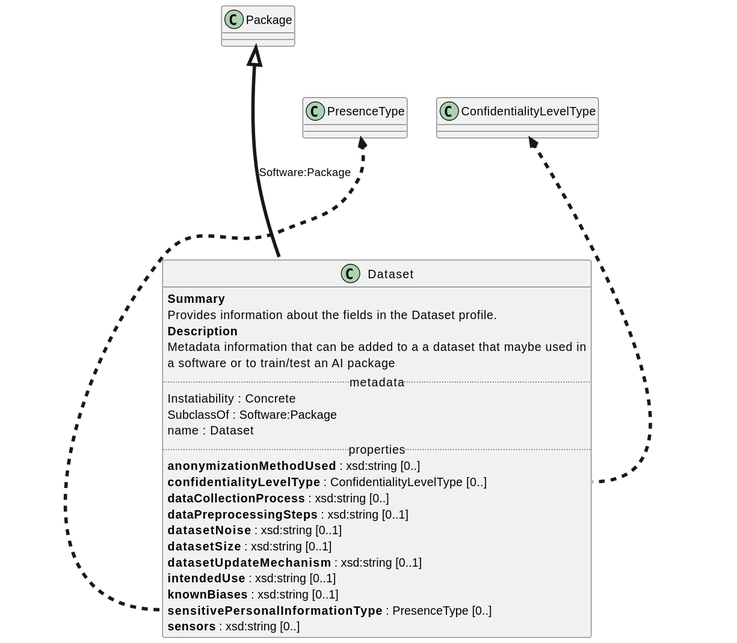
This is Dataset.Profile.svg from maxhbr/spec-parser.hs, a PlantUML export, as it was before one commit. The source it was exported from:
```plantuml
@startuml
skinparam packageStyle rectangle
set separator none
together {
class Dataset {
<b>Summary</b>
Provides information about the fields in the Dataset profile.
<b>Description</b>
Metadata information that can be added to a a dataset that maybe used in
a software or to train/test an AI package
.. metadata ..
    Instatiability : Concrete
    SubclassOf : Software:Package
    name : Dataset
.. properties ..
    <b>anonymizationMethodUsed </b>: xsd:string [0..]
    <b>confidentialityLevelType </b>: ConfidentialityLevelType [0..]
    <b>dataCollectionProcess </b>: xsd:string [0..]
    <b>dataPreprocessingSteps </b>: xsd:string [0..1]
    <b>datasetNoise </b>: xsd:string [0..1]
    <b>datasetSize </b>: xsd:string [0..1]
    <b>datasetUpdateMechanism </b>: xsd:string [0..1]
    <b>intendedUse </b>: xsd:string [0..1]
    <b>knownBiases </b>: xsd:string [0..1]
    <b>sensitivePersonalInformationType </b>: PresenceType [0..]
    <b>sensors </b>: xsd:string [0..]
}
"ConfidentialityLevelType" <-[dashed,thickness=4]-- "Dataset::confidentialityLevelType"
"PresenceType" <-[dashed,thickness=4]-- "Dataset::sensitivePersonalInformationType"
}
"Package" <|-[thickness=4]--- "Dataset" : Software:Package
@enduml
```
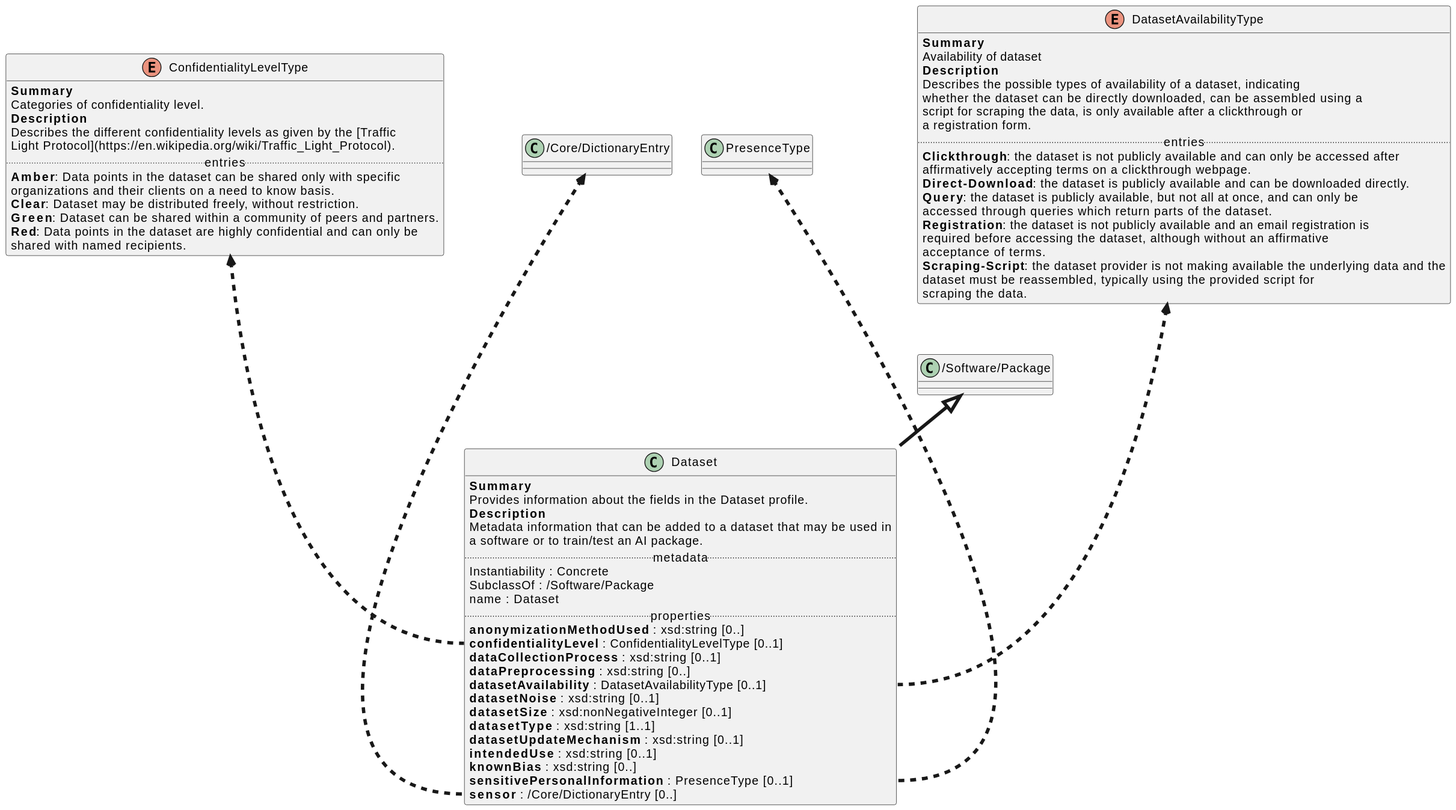
After the change.

What changed in the source:
```diff
@@ -1,32 +1,71 @@
 @startuml
 skinparam packageStyle rectangle
 set separator none
+enum ConfidentialityLevelType {
+<b>Summary</b>
+Categories of confidentiality level.
+<b>Description</b>
+Describes the different confidentiality levels as given by the [Traffic
+Light Protocol](https://en.wikipedia.org/wiki/Traffic_Light_Protocol).
+.. entries ..
+    <b>Amber</b>: Data points in the dataset can be shared only with specific
+organizations and their clients on a need to know basis.
+    <b>Clear</b>: Dataset may be distributed freely, without restriction.
+    <b>Green</b>: Dataset can be shared within a community of peers and partners.
+    <b>Red</b>: Data points in the dataset are highly confidential and can only be
+shared with named recipients.
+}
+enum DatasetAvailabilityType {
+<b>Summary</b>
+Availability of dataset
+<b>Description</b>
+Describes the possible types of availability of a dataset, indicating
+whether the dataset can be directly downloaded, can be assembled using a
+script for scraping the data, is only available after a clickthrough or
+a registration form.
+.. entries ..
+    <b>Clickthrough</b>: the dataset is not publicly available and can only be accessed after
+affirmatively accepting terms on a clickthrough webpage.
+    <b>Direct-Download</b>: the dataset is publicly available and can be downloaded directly.
+    <b>Query</b>: the dataset is publicly available, but not all at once, and can only be
+accessed through queries which return parts of the dataset.
+    <b>Registration</b>: the dataset is not publicly available and an email registration is
+required before accessing the dataset, although without an affirmative
+acceptance of terms.
+    <b>Scraping-Script</b>: the dataset provider is not making available the underlying data and the
+dataset must be reassembled, typically using the provided script for
+scraping the data.
+}
 together {
 class Dataset {
 <b>Summary</b>
 Provides information about the fields in the Dataset profile.
 <b>Description</b>
-Metadata information that can be added to a a dataset that maybe used in
-a software or to train/test an AI package
+Metadata information that can be added to a dataset that may be used in
+a software or to train/test an AI package.
 .. metadata ..
-    Instatiability : Concrete
-    SubclassOf : Software:Package
+    Instantiability : Concrete
+    SubclassOf : /Software/Package
     name : Dataset
 .. properties ..
     <b>anonymizationMethodUsed </b>: xsd:string [0..]
-    <b>confidentialityLevelType </b>: ConfidentialityLevelType [0..]
-    <b>dataCollectionProcess </b>: xsd:string [0..]
-    <b>dataPreprocessingSteps </b>: xsd:string [0..1]
+    <b>confidentialityLevel </b>: ConfidentialityLevelType [0..1]
+    <b>dataCollectionProcess </b>: xsd:string [0..1]
+    <b>dataPreprocessing </b>: xsd:string [0..]
+    <b>datasetAvailability </b>: DatasetAvailabilityType [0..1]
     <b>datasetNoise </b>: xsd:string [0..1]
-    <b>datasetSize </b>: xsd:string [0..1]
+    <b>datasetSize </b>: xsd:nonNegativeInteger [0..1]
+    <b>datasetType </b>: xsd:string [1..1]
     <b>datasetUpdateMechanism </b>: xsd:string [0..1]
     <b>intendedUse </b>: xsd:string [0..1]
-    <b>knownBiases </b>: xsd:string [0..1]
-    <b>sensitivePersonalInformationType </b>: PresenceType [0..]
-    <b>sensors </b>: xsd:string [0..]
+    <b>knownBias </b>: xsd:string [0..]
+    <b>sensitivePersonalInformation </b>: PresenceType [0..1]
+    <b>sensor </b>: /Core/DictionaryEntry [0..]
 }
-"ConfidentialityLevelType" <-[dashed,thickness=4]-- "Dataset::confidentialityLevelType"
-"PresenceType" <-[dashed,thickness=4]-- "Dataset::sensitivePersonalInformationType"
+"ConfidentialityLevelType" <-[dashed,thickness=4]-- "Dataset::confidentialityLevel"
+"DatasetAvailabilityType" <-[dashed,thickness=4]-- "Dataset::datasetAvailability"
+"PresenceType" <-[dashed,thickness=4]-- "Dataset::sensitivePersonalInformation"
+"/Core/DictionaryEntry" <-[dashed,thickness=4]-- "Dataset::sensor"
 }
-"Package" <|-[thickness=4]--- "Dataset" : Software:Package
+"/Software/Package" <|-[thickness=4]- "Dataset"
 @enduml
```
